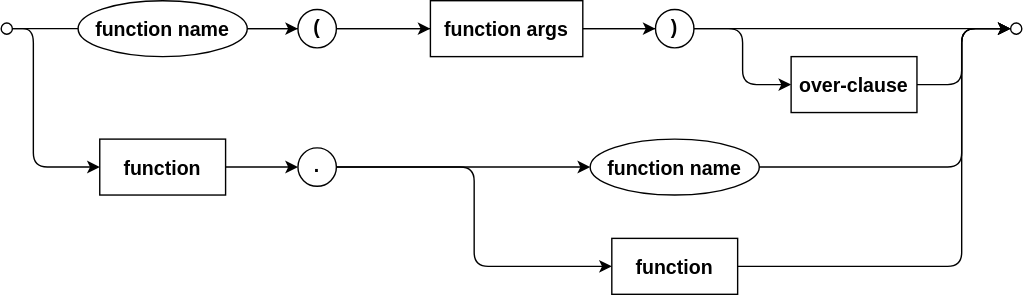
capire/docs keeps this draw.io diagram as assets/cxl/function-def.drawio.svg. Above is the earlier version. Source tidied: cells renumbered, new cells last; positions are measured from the earlier drawing's top-left corner, leaving out a move shared by most shapes.
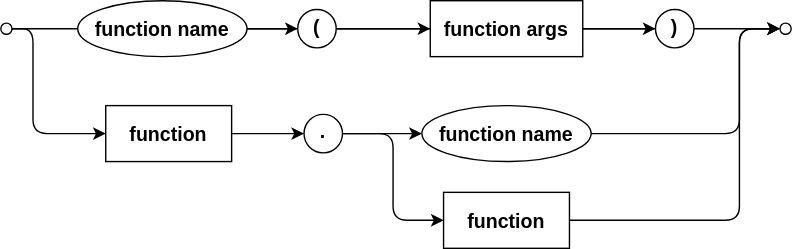
The same diagram one commit later.

Change to the diagram source:
```diff
@@ -20,16 +20,8 @@
       </mxGeometry>
     </mxCell>
     <mxCell id="5" style="ellipse;strokeWidth=1;fontSize=14;verticalAlign=middle;fontStyle=1;textDirection=ltr;" parent="1" vertex="1">
-      <mxGeometry x="722" y="16" width="8" height="8" as="geometry" />
+      <mxGeometry x="557" y="16" width="8" height="8" as="geometry" />
     </mxCell>
-    <mxCell id="6" style="edgeStyle=orthogonalEdgeStyle;rounded=1;jettySize=auto;exitX=1;exitY=0.5;exitDx=0;exitDy=0;entryX=0;entryY=0.5;entryDx=0;entryDy=0;startArrow=none;startFill=0;endArrow=classic;endFill=1;startSize=6;endSize=6;align=center;fontSize=12;labelBackgroundColor=none;" parent="1" edge="1" source="13" target="5">
-      <mxGeometry relative="1" as="geometry">
-        <Array as="points">
-          <mxPoint x="687" y="60" />
-          <mxPoint x="687" y="20" />
-        </Array>
-      </mxGeometry>
-    </mxCell>
     <mxCell id="7" style="edgeStyle=entityRelationEdgeStyle;startArrow=none;endArrow=classic;segment=10;curved=1;sourcePerimeterSpacing=0;targetPerimeterSpacing=0;endFill=1;textDirection=ltr;verticalAlign=middle;spacing=2;strokeWidth=1;fontSize=14;fontStyle=1;horizontal=1;labelBorderColor=none;textShadow=0;" parent="1" edge="1" source="8" target="10">
       <mxGeometry relative="1" as="geometry" />
     </mxCell>
@@ -48,32 +40,26 @@
     <mxCell id="12" value="function args" style="rounded=0;strokeWidth=1;arcSize=37;textDirection=ltr;verticalAlign=middle;spacing=2;fontSize=14;fontStyle=1;horizontal=1;labelBorderColor=none;textShadow=0;perimeterSpacing=0;fillStyle=auto;" parent="1" vertex="1">
       <mxGeometry x="307" width="109" height="40" as="geometry" />
     </mxCell>
-    <mxCell id="13" value="over-clause" style="rounded=0;strokeWidth=1;arcSize=37;textDirection=ltr;verticalAlign=middle;spacing=2;fontSize=14;fontStyle=1;horizontal=1;labelBorderColor=none;textShadow=0;" parent="1" vertex="1">
-      <mxGeometry x="565" y="40" width="90" height="40" as="geometry" />
-    </mxCell>
-    <mxCell id="14" style="edgeStyle=orthogonalEdgeStyle;rounded=1;jettySize=auto;exitX=1;exitY=0.5;exitDx=0;exitDy=0;entryX=0;entryY=0.5;entryDx=0;entryDy=0;startArrow=none;startFill=0;endArrow=classic;endFill=1;startSize=6;endSize=6;align=center;textDirection=ltr;verticalAlign=middle;spacing=2;strokeWidth=1;fontSize=14;fontStyle=1;horizontal=1;labelBorderColor=none;textShadow=0;" parent="1" edge="1" source="15" target="13">
-      <mxGeometry relative="1" as="geometry" />
-    </mxCell>
     <mxCell id="15" value=")" style="ellipse;verticalAlign=top;spacingBottom=4;textDirection=ltr;spacing=0;strokeWidth=1;fontSize=14;fontStyle=1;horizontal=1;labelBorderColor=none;textShadow=0;" parent="1" vertex="1">
       <mxGeometry x="468" y="6.2" width="27.5" height="27.5" as="geometry" />
     </mxCell>
     <mxCell id="16" value="function" style="rounded=0;strokeWidth=1;arcSize=37;textDirection=ltr;verticalAlign=middle;spacing=2;fontSize=14;fontStyle=1;horizontal=1;labelBorderColor=none;textShadow=0;perimeterSpacing=0;fillStyle=auto;" parent="1" vertex="1">
-      <mxGeometry x="70.5" y="99" width="90" height="40" as="geometry" />
+      <mxGeometry x="75" y="75" width="90" height="40" as="geometry" />
     </mxCell>
     <mxCell id="17" value="." style="ellipse;verticalAlign=middle;spacingBottom=4;textDirection=ltr;spacing=0;strokeWidth=1;fontSize=14;fontStyle=1;horizontal=1;labelBorderColor=none;textShadow=0;" parent="1" vertex="1">
-      <mxGeometry x="212.2" y="105.2" width="27.5" height="27.5" as="geometry" />
+      <mxGeometry x="216.8" y="81.2" width="27.5" height="27.5" as="geometry" />
     </mxCell>
     <mxCell id="18" style="edgeStyle=orthogonalEdgeStyle;rounded=1;jettySize=auto;exitX=1;exitY=0.5;exitDx=0;exitDy=0;startArrow=none;startFill=0;endArrow=classic;endFill=1;startSize=6;endSize=6;align=center;textDirection=ltr;verticalAlign=middle;spacing=2;strokeWidth=1;fontSize=14;fontStyle=1;horizontal=1;labelBorderColor=none;textShadow=0;entryX=0;entryY=0.5;entryDx=0;entryDy=0;" parent="1" edge="1" source="17" target="23">
       <mxGeometry relative="1" as="geometry" />
     </mxCell>
     <mxCell id="19" value="function" style="rounded=0;strokeWidth=1;arcSize=37;textDirection=ltr;verticalAlign=middle;spacing=2;fontSize=14;fontStyle=1;horizontal=1;labelBorderColor=none;textShadow=0;perimeterSpacing=0;fillStyle=auto;" parent="1" vertex="1">
-      <mxGeometry x="436.8" y="170" width="90" height="40" as="geometry" />
+      <mxGeometry x="316.5" y="137" width="90" height="40" as="geometry" />
     </mxCell>
     <mxCell id="20" style="edgeStyle=orthogonalEdgeStyle;rounded=1;jettySize=auto;exitX=1;exitY=0.5;exitDx=0;exitDy=0;startArrow=none;startFill=0;endArrow=classic;endFill=1;startSize=6;endSize=6;align=center;textDirection=ltr;verticalAlign=middle;spacing=2;strokeWidth=1;fontSize=14;fontStyle=1;horizontal=1;labelBorderColor=none;textShadow=0;entryX=0;entryY=0.5;entryDx=0;entryDy=0;" parent="1" edge="1" source="19" target="5">
       <mxGeometry relative="1" as="geometry">
         <Array as="points">
-          <mxPoint x="687" y="190" />
-          <mxPoint x="687" y="20" />
+          <mxPoint x="528" y="157" />
+          <mxPoint x="528" y="20" />
         </Array>
       </mxGeometry>
     </mxCell>
@@ -84,13 +70,13 @@
       <mxGeometry relative="1" as="geometry" />
     </mxCell>
     <mxCell id="23" value="function name" style="ellipse;align=center;newEdgeStyle={&quot;edgeStyle&quot;:&quot;entityRelationEdgeStyle&quot;,&quot;startArrow&quot;:&quot;none&quot;,&quot;endArrow&quot;:&quot;none&quot;,&quot;segment&quot;:10,&quot;curved&quot;:1,&quot;sourcePerimeterSpacing&quot;:0,&quot;targetPerimeterSpacing&quot;:0};textDirection=ltr;verticalAlign=middle;spacing=0;strokeWidth=1;fontSize=14;fontStyle=1;horizontal=1;labelBorderColor=none;textShadow=0;" parent="1" vertex="1">
-      <mxGeometry x="421.2" y="99" width="121" height="40" as="geometry" />
+      <mxGeometry x="301" y="75" width="121" height="40" as="geometry" />
     </mxCell>
     <mxCell id="24" style="edgeStyle=orthogonalEdgeStyle;rounded=1;jettySize=auto;exitX=1;exitY=0.5;exitDx=0;exitDy=0;entryX=0;entryY=0.5;entryDx=0;entryDy=0;startArrow=none;startFill=0;endArrow=classic;endFill=1;startSize=6;endSize=6;align=center;fontSize=12;labelBackgroundColor=none;" parent="1" edge="1" source="23" target="5">
       <mxGeometry relative="1" as="geometry">
         <Array as="points">
-          <mxPoint x="687" y="119" />
-          <mxPoint x="687" y="20" />
+          <mxPoint x="528" y="95" />
+          <mxPoint x="528" y="20" />
         </Array>
       </mxGeometry>
     </mxCell>
```
